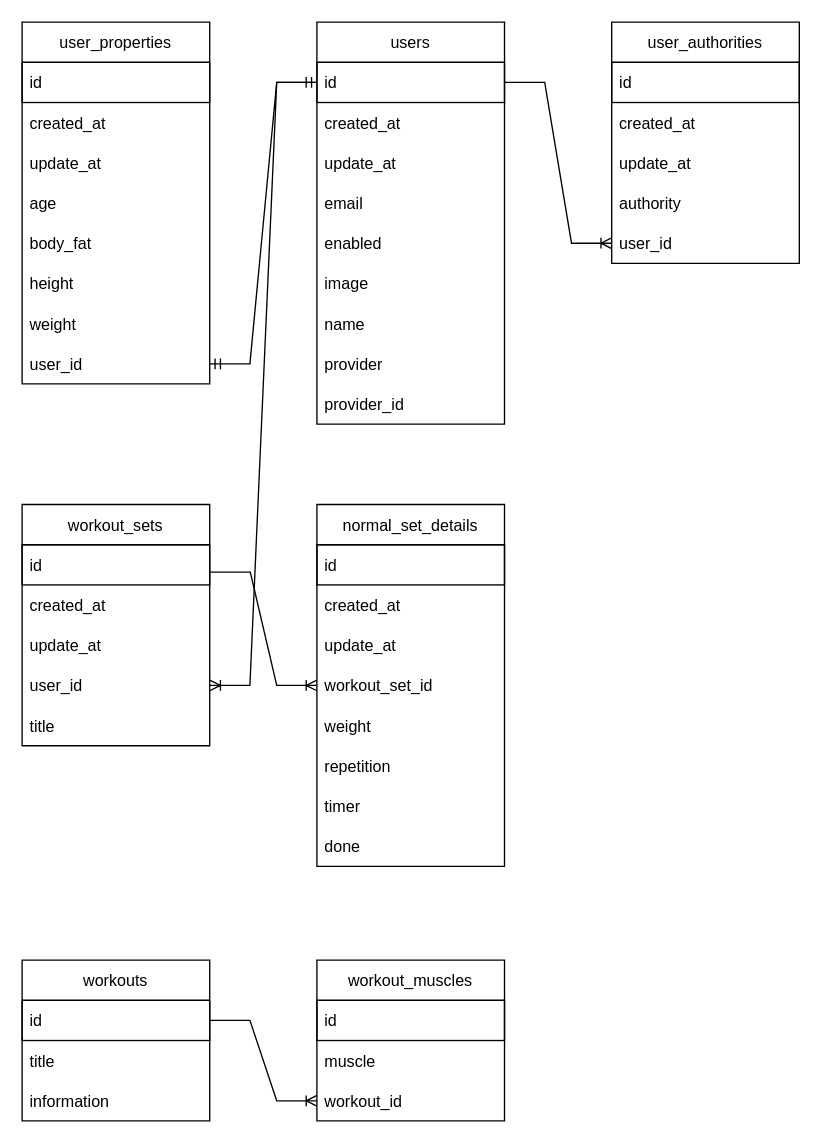
Above: workout-diary-erd.drawio in workout-diary/workout-diary-backend (draw.io), before the change. Source tidied: cells renumbered, new cells numbered last; positions are measured from the earlier drawing's top-left corner, leaving out a move shared by most shapes. Both pictures are drawn from the tidied source at 134%, with x=0, y=0 at pixel (21, 21).
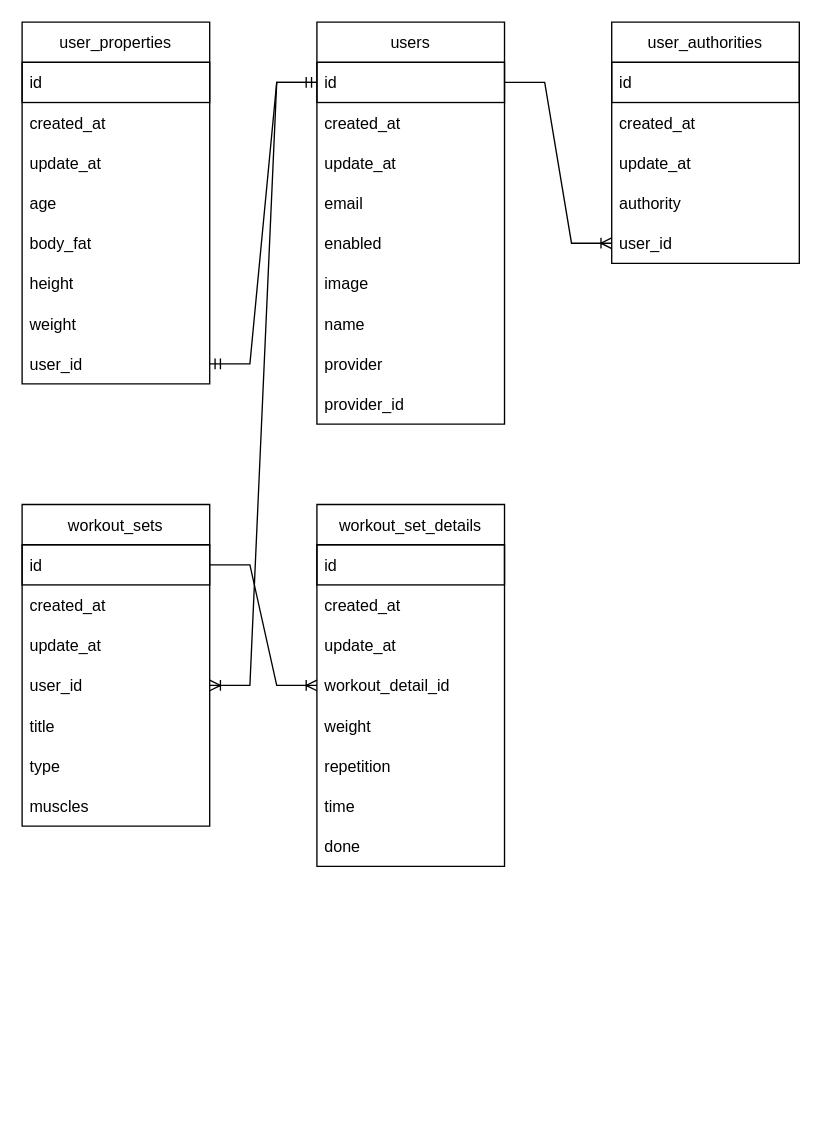
The same diagram, later.

Commit message:
markup: DB ERD

Unchanged cells that the change refers to:
```xml
<mxCell id="39" value="id" style="text;strokeColor=#000000;fillColor=none;align=left;verticalAlign=middle;spacingLeft=4;spacingRight=4;overflow=hidden;points=[[0,0.5],[1,0.5]];portConstraint=eastwest;" parent="38" vertex="1">
  <mxGeometry y="30" width="140" height="30" as="geometry" />
</mxCell>
```

Diff of the diagram source:
```diff
@@
-    <mxCell id="27" value="workouts" style="swimlane;fontStyle=0;horizontal=1;startSize=30;rounded=0;gradientColor=none;" parent="1" vertex="1">
-      <mxGeometry y="700" width="140" height="120" as="geometry" />
-    </mxCell>
-    <mxCell id="28" value="id" style="text;strokeColor=#000000;fillColor=none;align=left;verticalAlign=middle;spacingLeft=4;spacingRight=4;overflow=hidden;points=[[0,0.5],[1,0.5]];portConstraint=eastwest;" parent="27" vertex="1">
-      <mxGeometry y="30" width="140" height="30" as="geometry" />
-    </mxCell>
-    <mxCell id="29" value="title" style="text;strokeColor=none;fillColor=none;align=left;verticalAlign=middle;spacingLeft=4;spacingRight=4;overflow=hidden;" parent="27" vertex="1">
-      <mxGeometry y="60" width="140" height="30" as="geometry" />
-    </mxCell>
-    <mxCell id="30" value="information" style="text;strokeColor=none;fillColor=none;align=left;verticalAlign=middle;spacingLeft=4;spacingRight=4;overflow=hidden;" parent="27" vertex="1">
-      <mxGeometry y="90" width="140" height="30" as="geometry" />
-    </mxCell>
@@
-    <mxCell id="33" value="workout_muscles" style="swimlane;fontStyle=0;horizontal=1;startSize=30;rounded=0;gradientColor=none;" parent="1" vertex="1">
-      <mxGeometry x="220" y="700" width="140" height="120" as="geometry" />
-    </mxCell>
-    <mxCell id="34" value="id" style="text;strokeColor=#000000;fillColor=none;align=left;verticalAlign=middle;spacingLeft=4;spacingRight=4;overflow=hidden;" parent="33" vertex="1">
-      <mxGeometry y="30" width="140" height="30" as="geometry" />
-    </mxCell>
-    <mxCell id="35" value="muscle" style="text;strokeColor=none;fillColor=none;align=left;verticalAlign=middle;spacingLeft=4;spacingRight=4;overflow=hidden;" parent="33" vertex="1">
-      <mxGeometry y="60" width="140" height="30" as="geometry" />
-    </mxCell>
-    <mxCell id="36" value="workout_id" style="text;strokeColor=none;fillColor=none;align=left;verticalAlign=middle;spacingLeft=4;spacingRight=4;overflow=hidden;points=[[0,0.5],[1,0.5]];portConstraint=eastwest;" parent="33" vertex="1">
-      <mxGeometry y="90" width="140" height="30" as="geometry" />
-    </mxCell>
-    <mxCell id="37" style="edgeStyle=entityRelationEdgeStyle;fontSize=12;html=1;endArrow=ERoneToMany;rounded=0;entryX=0;entryY=0.5;entryDx=0;entryDy=0;exitX=1;exitY=0.5;exitDx=0;exitDy=0;" parent="1" edge="1" source="28" target="36">
-      <mxGeometry relative="1" as="geometry" />
-    </mxCell>
     <mxCell id="38" value="workout_sets" style="swimlane;fontStyle=0;horizontal=1;startSize=30;rounded=0;gradientColor=none;" parent="1" vertex="1">
-      <mxGeometry y="360" width="140" height="180" as="geometry" />
+      <mxGeometry y="360" width="140" height="240" as="geometry" />
     </mxCell>
@@
+    <mxCell id="29" value="title" style="text;strokeColor=none;fillColor=none;align=left;verticalAlign=middle;spacingLeft=4;spacingRight=4;overflow=hidden;" parent="38" vertex="1">
+      <mxGeometry y="150" width="140" height="30" as="geometry" />
+    </mxCell>
-    <mxCell id="43" value="title" style="text;strokeColor=none;fillColor=none;align=left;verticalAlign=middle;spacingLeft=4;spacingRight=4;overflow=hidden;" parent="38" vertex="1">
-      <mxGeometry y="150" width="140" height="30" as="geometry" />
+    <mxCell id="43" value="type" style="text;strokeColor=none;fillColor=none;align=left;verticalAlign=middle;spacingLeft=4;spacingRight=4;overflow=hidden;" parent="38" vertex="1">
+      <mxGeometry y="180" width="140" height="30" as="geometry" />
     </mxCell>
+    <mxCell id="55" value="muscles" style="text;strokeColor=none;fillColor=none;align=left;verticalAlign=middle;spacingLeft=4;spacingRight=4;overflow=hidden;" parent="38" vertex="1">
+      <mxGeometry y="210" width="140" height="30" as="geometry" />
+    </mxCell>
-    <mxCell id="44" value="normal_set_details" style="swimlane;fontStyle=0;horizontal=1;startSize=30;rounded=0;gradientColor=none;" parent="1" vertex="1">
+    <mxCell id="44" value="workout_set_details" style="swimlane;fontStyle=0;horizontal=1;startSize=30;rounded=0;gradientColor=none;" parent="1" vertex="1">
       <mxGeometry x="220" y="360" width="140" height="270" as="geometry" />
     </mxCell>
@@
-    <mxCell id="48" value="workout_set_id" style="text;strokeColor=none;fillColor=none;align=left;verticalAlign=middle;spacingLeft=4;spacingRight=4;overflow=hidden;points=[[0,0.5],[1,0.5]];portConstraint=eastwest;" parent="44" vertex="1">
+    <mxCell id="48" value="workout_detail_id" style="text;strokeColor=none;fillColor=none;align=left;verticalAlign=middle;spacingLeft=4;spacingRight=4;overflow=hidden;points=[[0,0.5],[1,0.5]];portConstraint=eastwest;" parent="44" vertex="1">
       <mxGeometry y="120" width="140" height="30" as="geometry" />
     </mxCell>
@@
-    <mxCell id="51" value="timer" style="text;strokeColor=none;fillColor=none;align=left;verticalAlign=middle;spacingLeft=4;spacingRight=4;overflow=hidden;" parent="44" vertex="1">
+    <mxCell id="51" value="time" style="text;strokeColor=none;fillColor=none;align=left;verticalAlign=middle;spacingLeft=4;spacingRight=4;overflow=hidden;" parent="44" vertex="1">
       <mxGeometry y="210" width="140" height="30" as="geometry" />
     </mxCell>
@@
-    <mxCell id="53" style="edgeStyle=entityRelationEdgeStyle;fontSize=12;html=1;endArrow=ERoneToMany;rounded=0;entryX=0;entryY=0.5;entryDx=0;entryDy=0;exitX=1.002;exitY=0.682;exitDx=0;exitDy=0;exitPerimeter=0;" parent="1" edge="1" source="39" target="48">
+    <mxCell id="53" style="edgeStyle=entityRelationEdgeStyle;fontSize=12;html=1;endArrow=ERoneToMany;rounded=0;entryX=0;entryY=0.5;entryDx=0;entryDy=0;exitX=1;exitY=0.5;exitDx=0;exitDy=0;" parent="1" edge="1" source="39" target="48">
       <mxGeometry relative="1" as="geometry" />
     </mxCell>
```
